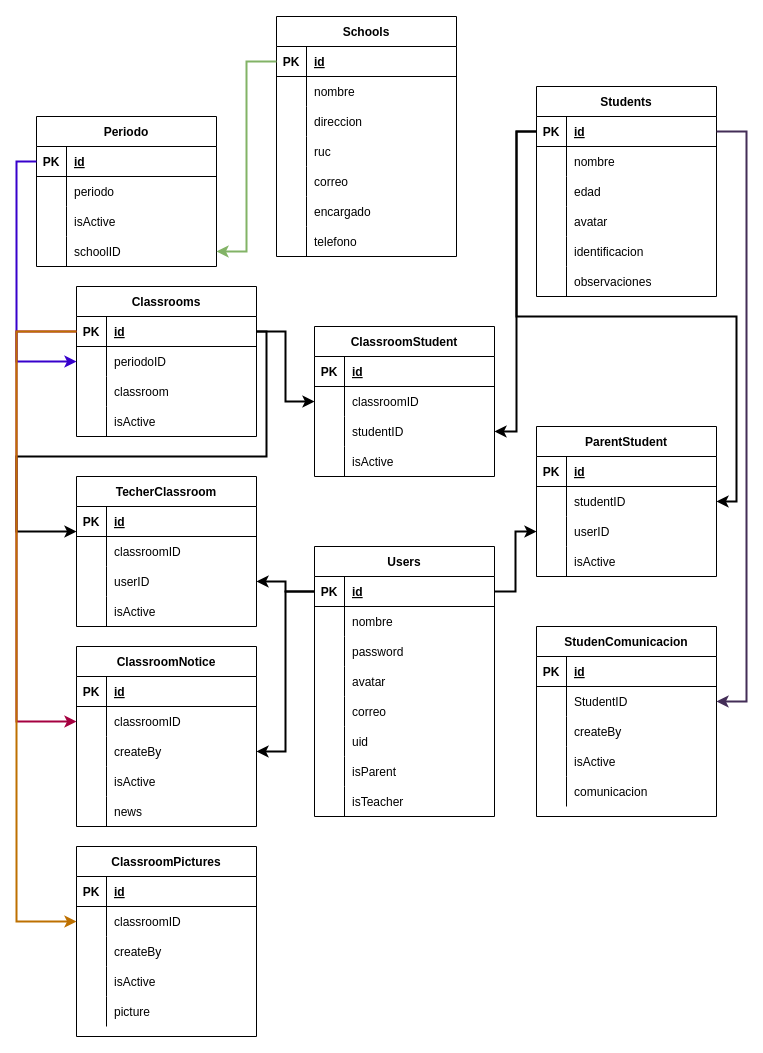
Earlier version of the draw.io diagram Diagrama sin título.drawio (jsgsoftwares/pks). Source tidied: cells renumbered, new cells numbered last; positions are measured from the earlier drawing's top-left corner, leaving out a move shared by most shapes. Both pictures are drawn from the tidied source at 100%, with x=0, y=0 at pixel (16, 16).
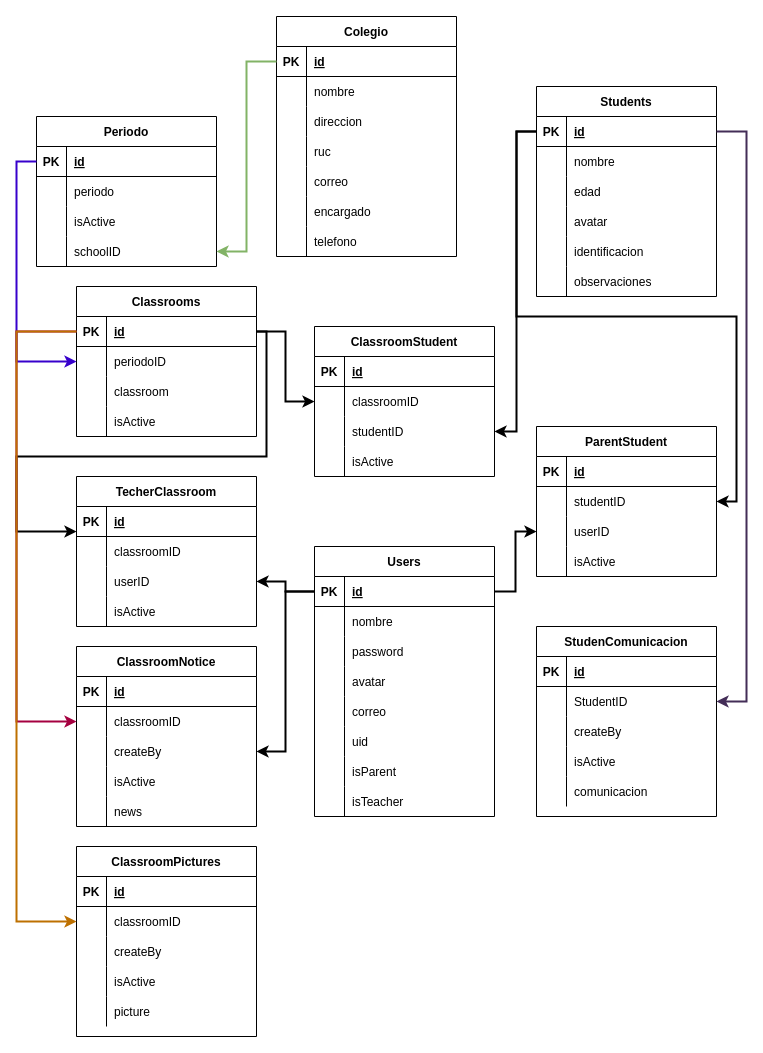
The same page after the edit.

Change to the diagram source:
```diff
@@
-    <mxCell id="2" value="Schools" style="shape=table;startSize=30;childLayout=tableLayout;rowLines=0;fontStyle=1;align=center;" parent="1" vertex="1">
+    <mxCell id="2" value="Colegio" style="shape=table;startSize=30;childLayout=tableLayout;rowLines=0;fontStyle=1;align=center;" parent="1" vertex="1">
       <mxGeometry x="260" width="180" height="240" as="geometry" />
     </mxCell>
```
